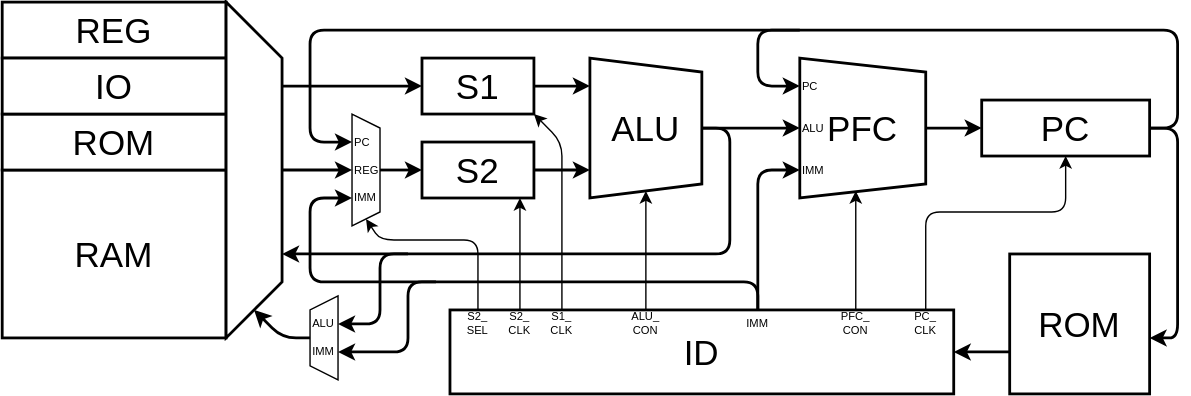
Earlier version of the draw.io export Lab/Computer/Micon/01_CPU/img/arch.dio.svg (amane-uehara/kanade-k-1228.github.io). Source tidied: cells renumbered, new cells last; positions are measured from the earlier drawing's top-left corner, leaving out a move shared by most shapes.
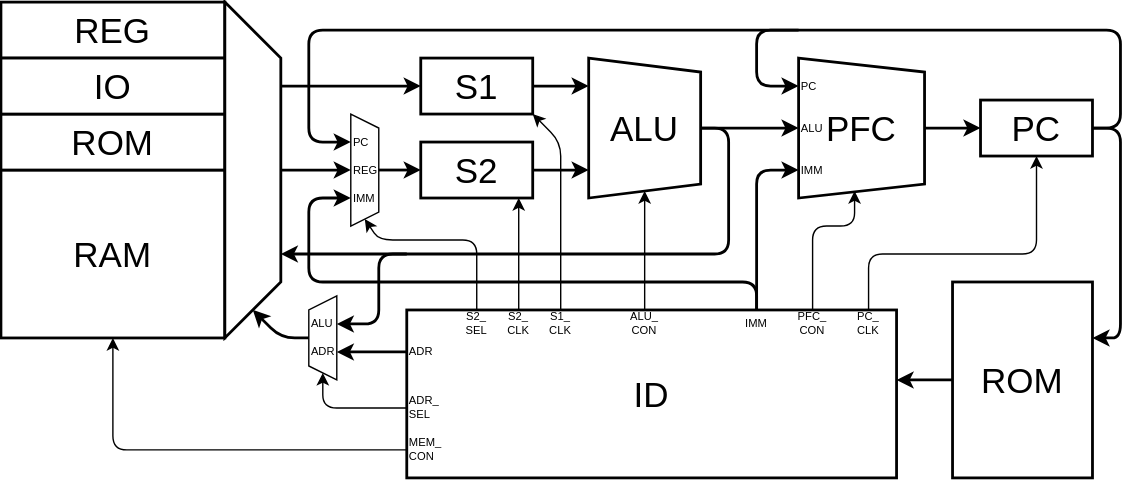
Above is the later version.

Diff of the diagram source:
```diff
@@ -3,19 +3,19 @@
     <mxCell id="0" />
     <mxCell id="1" parent="0" />
     <mxCell id="2" value="PC" style="rounded=0;whiteSpace=wrap;html=1;fontSize=25;strokeWidth=2;" parent="1" vertex="1">
-      <mxGeometry x="700" y="70" width="120" height="40" as="geometry" />
+      <mxGeometry x="700" y="70" width="80" height="40" as="geometry" />
     </mxCell>
     <mxCell id="3" style="shape=trapezoid;perimeter=trapezoidPerimeter;whiteSpace=wrap;html=1;fixedSize=1;fontSize=25;direction=north;size=9.999999999999943;" parent="1" vertex="1">
       <mxGeometry x="220" y="210" width="20" height="60" as="geometry" />
     </mxCell>
     <mxCell id="4" value="ROM" style="rounded=0;whiteSpace=wrap;html=1;fontSize=25;strokeWidth=2;" parent="1" vertex="1">
-      <mxGeometry x="720" y="180" width="100" height="100" as="geometry" />
+      <mxGeometry x="680" y="200" width="100" height="140" as="geometry" />
     </mxCell>
     <mxCell id="5" value="RAM" style="rounded=0;whiteSpace=wrap;html=1;fontSize=25;strokeWidth=2;" parent="1" vertex="1">
       <mxGeometry y="120" width="160" height="120" as="geometry" />
     </mxCell>
     <mxCell id="6" value="ID" style="rounded=0;whiteSpace=wrap;html=1;fontSize=25;strokeWidth=2;" parent="1" vertex="1">
-      <mxGeometry x="320" y="220" width="360" height="60" as="geometry" />
+      <mxGeometry x="290" y="220" width="350" height="120" as="geometry" />
     </mxCell>
     <mxCell id="7" value="REG" style="rounded=0;whiteSpace=wrap;html=1;fontSize=25;strokeWidth=2;" parent="1" vertex="1">
       <mxGeometry width="160" height="40" as="geometry" />
@@ -49,8 +49,8 @@
     </mxCell>
     <mxCell id="13" style="endArrow=classic;html=1;fontSize=25;strokeWidth=2;" parent="1" edge="1">
       <mxGeometry relative="1" as="geometry">
-        <mxPoint x="720" y="250" as="sourcePoint" />
-        <mxPoint x="680" y="250" as="targetPoint" />
+        <mxPoint x="680" y="270" as="sourcePoint" />
+        <mxPoint x="640" y="270" as="targetPoint" />
       </mxGeometry>
     </mxCell>
     <mxCell id="14" style="endArrow=classic;html=1;fontSize=25;strokeWidth=2;" parent="1" edge="1">
@@ -75,11 +75,11 @@
     </mxCell>
     <mxCell id="16" style="endArrow=classic;html=1;fontSize=25;startArrow=none;startFill=0;strokeWidth=2;" parent="1" edge="1">
       <mxGeometry relative="1" as="geometry">
-        <mxPoint x="820" y="90" as="sourcePoint" />
-        <mxPoint x="820" y="240" as="targetPoint" />
+        <mxPoint x="780" y="90" as="sourcePoint" />
+        <mxPoint x="780" y="240" as="targetPoint" />
         <Array as="points">
-          <mxPoint x="840" y="90" />
-          <mxPoint x="840" y="240" />
+          <mxPoint x="800" y="90" />
+          <mxPoint x="800" y="240" />
         </Array>
       </mxGeometry>
     </mxCell>
@@ -115,11 +115,11 @@
     </mxCell>
     <mxCell id="21" style="endArrow=classic;html=1;fontSize=25;startArrow=none;startFill=0;strokeWidth=2;" parent="1" edge="1">
       <mxGeometry relative="1" as="geometry">
-        <mxPoint x="820" y="90" as="sourcePoint" />
+        <mxPoint x="780" y="90" as="sourcePoint" />
         <mxPoint x="570" y="60" as="targetPoint" />
         <Array as="points">
-          <mxPoint x="840" y="90" />
-          <mxPoint x="840" y="20" />
+          <mxPoint x="800" y="90" />
+          <mxPoint x="800" y="20" />
           <mxPoint x="540" y="20" />
           <mxPoint x="540" y="60" />
         </Array>
@@ -142,8 +142,12 @@
     </mxCell>
     <mxCell id="24" style="endArrow=classic;html=1;fontSize=25;startArrow=none;startFill=0;" parent="1" edge="1">
       <mxGeometry relative="1" as="geometry">
-        <mxPoint x="610" y="220" as="sourcePoint" />
+        <mxPoint x="580" y="220" as="sourcePoint" />
         <mxPoint x="610" y="135" as="targetPoint" />
+        <Array as="points">
+          <mxPoint x="580" y="160" />
+          <mxPoint x="610" y="160" />
+        </Array>
       </mxGeometry>
     </mxCell>
     <mxCell id="25" style="endArrow=classic;html=1;fontSize=25;strokeWidth=2;" parent="1" edge="1">
@@ -194,16 +198,6 @@
     <mxCell id="37" style="shape=trapezoid;perimeter=trapezoidPerimeter;whiteSpace=wrap;html=1;fixedSize=1;fontSize=12;direction=south;strokeWidth=2;size=40;" parent="1" vertex="1">
       <mxGeometry x="160" width="40" height="240" as="geometry" />
     </mxCell>
-    <mxCell id="38" style="endArrow=classic;html=1;fontSize=25;startArrow=none;startFill=0;strokeWidth=2;" parent="1" edge="1">
-      <mxGeometry relative="1" as="geometry">
-        <mxPoint x="310" y="200" as="sourcePoint" />
-        <mxPoint x="240" y="250" as="targetPoint" />
-        <Array as="points">
-          <mxPoint x="290" y="200" />
-          <mxPoint x="290" y="250" />
-        </Array>
-      </mxGeometry>
-    </mxCell>
     <mxCell id="39" value="PC" style="text;html=1;strokeColor=none;fillColor=none;align=left;verticalAlign=middle;whiteSpace=wrap;rounded=0;rotation=0;fontSize=8;" parent="1" vertex="1">
       <mxGeometry x="250" y="90" width="20" height="20" as="geometry" />
     </mxCell>
@@ -254,26 +248,59 @@
       <mxGeometry x="450" y="220" width="20" height="20" as="geometry" />
     </mxCell>
     <mxCell id="49" value="PFC_&lt;br&gt;CON" style="text;html=1;strokeColor=none;fillColor=none;align=center;verticalAlign=middle;whiteSpace=wrap;rounded=0;rotation=0;fontSize=8;" parent="1" vertex="1">
-      <mxGeometry x="600" y="220" width="20" height="20" as="geometry" />
+      <mxGeometry x="570" y="220" width="20" height="20" as="geometry" />
     </mxCell>
     <mxCell id="50" style="endArrow=classic;html=1;fontSize=25;startArrow=none;startFill=0;" parent="1" edge="1">
       <mxGeometry relative="1" as="geometry">
-        <mxPoint x="660" y="220" as="sourcePoint" />
-        <mxPoint x="760" y="110" as="targetPoint" />
+        <mxPoint x="620" y="220" as="sourcePoint" />
+        <mxPoint x="740" y="110" as="targetPoint" />
         <Array as="points">
-          <mxPoint x="660" y="150" />
-          <mxPoint x="760" y="150" />
+          <mxPoint x="620" y="180" />
+          <mxPoint x="740" y="180" />
         </Array>
       </mxGeometry>
     </mxCell>
     <mxCell id="51" value="PC_&lt;br&gt;CLK" style="text;html=1;strokeColor=none;fillColor=none;align=center;verticalAlign=middle;whiteSpace=wrap;rounded=0;rotation=0;fontSize=8;" parent="1" vertex="1">
-      <mxGeometry x="650" y="220" width="20" height="20" as="geometry" />
+      <mxGeometry x="610" y="220" width="20" height="20" as="geometry" />
     </mxCell>
-    <mxCell id="52" value="IMM" style="text;html=1;strokeColor=none;fillColor=none;align=left;verticalAlign=middle;whiteSpace=wrap;rounded=0;rotation=0;fontSize=8;" parent="1" vertex="1">
-      <mxGeometry x="220" y="240" width="20" height="20" as="geometry" />
-    </mxCell>
     <mxCell id="53" value="ALU" style="text;html=1;strokeColor=none;fillColor=none;align=left;verticalAlign=middle;whiteSpace=wrap;rounded=0;rotation=0;fontSize=8;" parent="1" vertex="1">
       <mxGeometry x="220" y="220" width="20" height="20" as="geometry" />
     </mxCell>
+    <mxCell id="54" style="endArrow=classic;html=1;fontSize=25;startArrow=none;startFill=0;" parent="1" edge="1">
+      <mxGeometry relative="1" as="geometry">
+        <mxPoint x="290" y="290" as="sourcePoint" />
+        <mxPoint x="230" y="265" as="targetPoint" />
+        <Array as="points">
+          <mxPoint x="230" y="290" />
+        </Array>
+      </mxGeometry>
+    </mxCell>
+    <mxCell id="55" style="endArrow=classic;html=1;fontSize=25;startArrow=none;startFill=0;strokeWidth=2;" parent="1" edge="1">
+      <mxGeometry relative="1" as="geometry">
+        <mxPoint x="290" y="250" as="sourcePoint" />
+        <mxPoint x="240" y="250" as="targetPoint" />
+      </mxGeometry>
+    </mxCell>
+    <mxCell id="56" value="ADR" style="text;html=1;strokeColor=none;fillColor=none;align=left;verticalAlign=middle;whiteSpace=wrap;rounded=0;rotation=0;fontSize=8;" parent="1" vertex="1">
+      <mxGeometry x="220" y="240" width="20" height="20" as="geometry" />
+    </mxCell>
+    <mxCell id="57" value="ADR" style="text;html=1;strokeColor=none;fillColor=none;align=left;verticalAlign=middle;whiteSpace=wrap;rounded=0;rotation=0;fontSize=8;" parent="1" vertex="1">
+      <mxGeometry x="290" y="240" width="20" height="20" as="geometry" />
+    </mxCell>
+    <mxCell id="58" value="ADR_&lt;br&gt;SEL" style="text;html=1;strokeColor=none;fillColor=none;align=left;verticalAlign=middle;whiteSpace=wrap;rounded=0;rotation=0;fontSize=8;" parent="1" vertex="1">
+      <mxGeometry x="290" y="280" width="20" height="20" as="geometry" />
+    </mxCell>
+    <mxCell id="59" style="endArrow=classic;html=1;fontSize=25;startArrow=none;startFill=0;" parent="1" edge="1">
+      <mxGeometry relative="1" as="geometry">
+        <mxPoint x="290" y="320" as="sourcePoint" />
+        <mxPoint x="80" y="240" as="targetPoint" />
+        <Array as="points">
+          <mxPoint x="80" y="320" />
+        </Array>
+      </mxGeometry>
+    </mxCell>
+    <mxCell id="60" value="MEM_&lt;br&gt;CON" style="text;html=1;strokeColor=none;fillColor=none;align=left;verticalAlign=middle;whiteSpace=wrap;rounded=0;rotation=0;fontSize=8;" parent="1" vertex="1">
+      <mxGeometry x="290" y="310" width="20" height="20" as="geometry" />
+    </mxCell>
   </root>
 </mxGraphModel>
```
